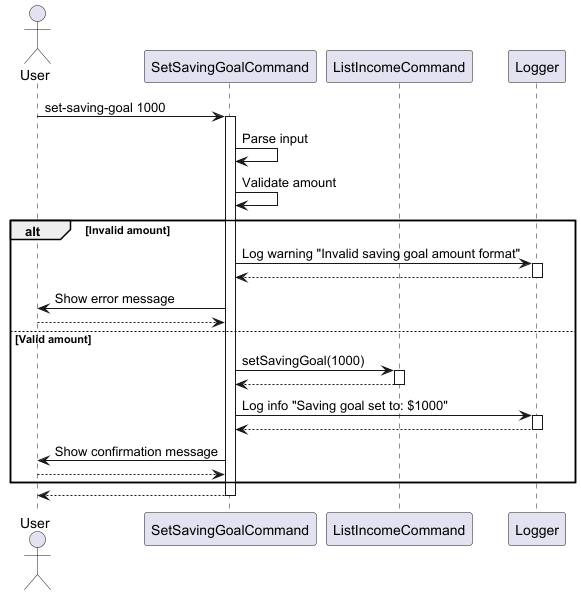
Above: docs/diagrams/setsavinggoal_command_sequence.png in thienkimtranhoang/tp (PlantUML), before the change.
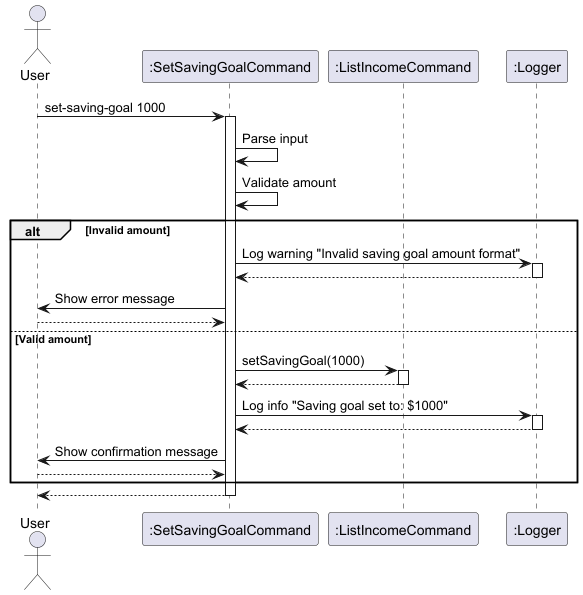
After the commit.

Change to the diagram source:
```diff
@@ -1,9 +1,9 @@
 @startuml
 
 actor User
-participant "SetSavingGoalCommand" as SSG
-participant "ListIncomeCommand" as LIC
-participant "Logger" as Log
+participant ":SetSavingGoalCommand" as SSG
+participant ":ListIncomeCommand" as LIC
+participant ":Logger" as Log
 
 User -> SSG : set-saving-goal 1000
 activate SSG
```
